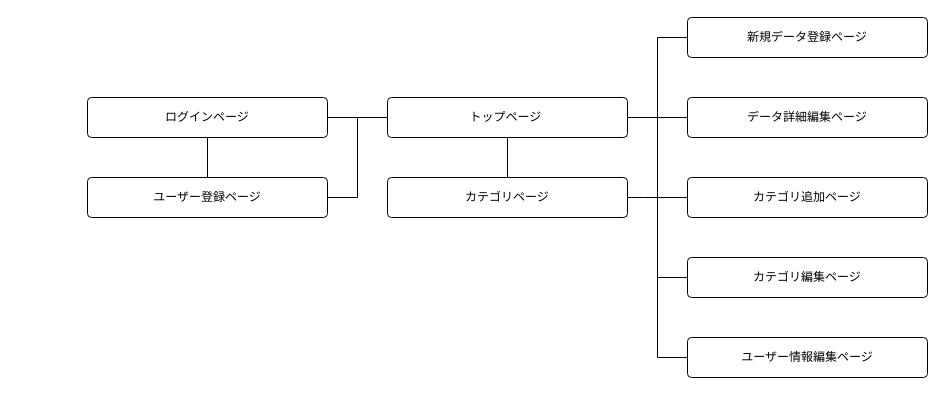
Earlier version of the draw.io diagram diagram.drawio (yoma2003/topic_stocker). Source tidied: cells renumbered, new cells numbered last; positions are measured from the earlier drawing's top-left corner, leaving out a move shared by most shapes. Both pictures are drawn from the tidied source at 100%, with x=0, y=0 at pixel (87, 17).
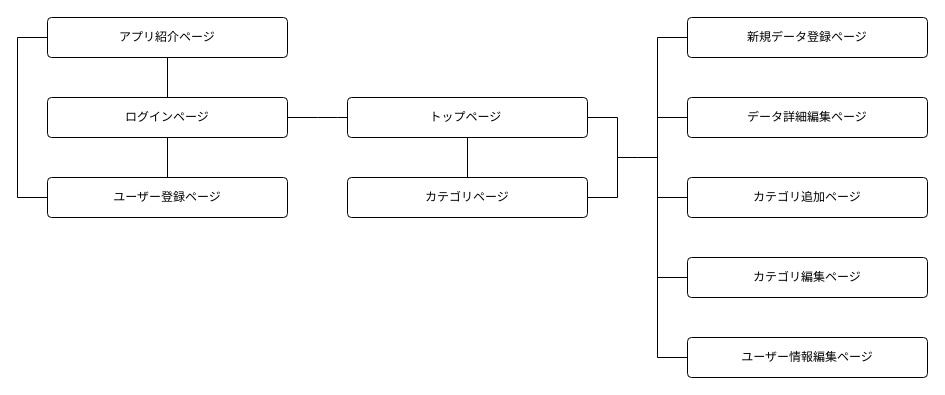
The same page after the edit.

Commit message:
画面遷移図の編集

The change refers to these unchanged cells:
```xml
<mxCell id="5" value="新規データ登録ページ" style="rounded=1;arcSize=10;whiteSpace=wrap;html=1;align=center;" parent="1" vertex="1">
  <mxGeometry x="600" width="240" height="40" as="geometry" />
</mxCell>
<mxCell id="7" value="データ詳細編集ページ" style="rounded=1;arcSize=10;whiteSpace=wrap;html=1;align=center;" parent="1" vertex="1">
  <mxGeometry x="600" y="80" width="240" height="40" as="geometry" />
</mxCell>
<mxCell id="9" value="カテゴリ追加ページ" style="rounded=1;arcSize=10;whiteSpace=wrap;html=1;align=center;" parent="1" vertex="1">
  <mxGeometry x="600" y="160" width="240" height="40" as="geometry" />
</mxCell>
<mxCell id="11" value="カテゴリ編集ページ" style="rounded=1;arcSize=10;whiteSpace=wrap;html=1;align=center;" parent="1" vertex="1">
  <mxGeometry x="600" y="240" width="240" height="40" as="geometry" />
</mxCell>
<mxCell id="18" value="ユーザー情報編集ページ" style="rounded=1;arcSize=10;whiteSpace=wrap;html=1;align=center;" parent="1" vertex="1">
  <mxGeometry x="600" y="320" width="240" height="40" as="geometry" />
</mxCell>
```

The edit, as a diff of the source:
```diff
@@
-    <mxCell id="2" style="edgeStyle=orthogonalEdgeStyle;rounded=0;jumpSize=6;html=1;exitX=1;exitY=0.5;exitDx=0;exitDy=0;entryX=0;entryY=0.5;entryDx=0;entryDy=0;endArrow=none;endFill=0;endSize=6;" parent="1" edge="1" source="4" target="5">
-      <mxGeometry relative="1" as="geometry" />
-    </mxCell>
@@
+    <mxCell id="21" style="edgeStyle=orthogonalEdgeStyle;html=1;exitX=1;exitY=0.5;exitDx=0;exitDy=0;endArrow=none;endFill=0;rounded=0;" parent="1" edge="1" source="4">
+      <mxGeometry relative="1" as="geometry">
+        <mxPoint x="550" y="140" as="targetPoint" />
+        <Array as="points">
+          <mxPoint x="530" y="100" />
+          <mxPoint x="530" y="140" />
+        </Array>
+      </mxGeometry>
+    </mxCell>
     <mxCell id="4" value="トップページ&amp;nbsp;" style="rounded=1;arcSize=10;whiteSpace=wrap;html=1;align=center;" parent="1" vertex="1">
-      <mxGeometry x="300" y="80" width="240" height="40" as="geometry" />
+      <mxGeometry x="260" y="80" width="240" height="40" as="geometry" />
     </mxCell>
+    <mxCell id="22" style="edgeStyle=orthogonalEdgeStyle;rounded=0;html=1;exitX=0;exitY=0.5;exitDx=0;exitDy=0;endArrow=none;endFill=0;" parent="1" edge="1">
+      <mxGeometry relative="1" as="geometry">
+        <mxPoint x="600" y="20" as="sourcePoint" />
+        <mxPoint x="552" y="140" as="targetPoint" />
+        <Array as="points">
+          <mxPoint x="570" y="20" />
+          <mxPoint x="570" y="140" />
+        </Array>
+      </mxGeometry>
+    </mxCell>
@@
-    <mxCell id="6" style="edgeStyle=orthogonalEdgeStyle;rounded=0;jumpSize=6;html=1;exitX=0;exitY=0.5;exitDx=0;exitDy=0;endArrow=none;endFill=0;endSize=6;" parent="1" edge="1" source="7">
-      <mxGeometry relative="1" as="geometry">
-        <mxPoint x="540" y="100" as="targetPoint" />
-      </mxGeometry>
-    </mxCell>
@@
-    <mxCell id="8" style="edgeStyle=orthogonalEdgeStyle;rounded=0;jumpSize=6;html=1;exitX=0;exitY=0.5;exitDx=0;exitDy=0;endArrow=none;endFill=0;endSize=6;" parent="1" edge="1" source="9">
-      <mxGeometry relative="1" as="geometry">
-        <mxPoint x="540" y="100" as="targetPoint" />
-        <Array as="points">
-          <mxPoint x="570" y="180" />
-          <mxPoint x="570" y="100" />
-        </Array>
-      </mxGeometry>
-    </mxCell>
@@
-    <mxCell id="10" style="edgeStyle=orthogonalEdgeStyle;rounded=0;jumpSize=6;html=1;exitX=0;exitY=0.5;exitDx=0;exitDy=0;endArrow=none;endFill=0;endSize=6;" parent="1" edge="1" source="11">
-      <mxGeometry relative="1" as="geometry">
-        <mxPoint x="540" y="100" as="targetPoint" />
-        <Array as="points">
-          <mxPoint x="570" y="260" />
-          <mxPoint x="570" y="100" />
-        </Array>
-      </mxGeometry>
-    </mxCell>
@@
     <mxCell id="13" value="ログインページ" style="rounded=1;arcSize=10;whiteSpace=wrap;html=1;align=center;" parent="1" vertex="1">
-      <mxGeometry y="80" width="240" height="40" as="geometry" />
+      <mxGeometry x="-40" y="80" width="240" height="40" as="geometry" />
     </mxCell>
     <mxCell id="14" style="edgeStyle=none;html=1;exitX=1;exitY=0.5;exitDx=0;exitDy=0;entryX=0;entryY=0.5;entryDx=0;entryDy=0;endArrow=none;endFill=0;" parent="1" edge="1" source="13" target="4">
       <mxGeometry relative="1" as="geometry">
         <Array as="points">
-          <mxPoint x="280" y="100" />
+          <mxPoint x="240" y="100" />
         </Array>
       </mxGeometry>
     </mxCell>
-    <mxCell id="15" style="edgeStyle=none;html=1;exitX=1;exitY=0.5;exitDx=0;exitDy=0;endArrow=none;endFill=0;jumpSize=6;endSize=6;rounded=0;" parent="1" edge="1" source="16">
-      <mxGeometry relative="1" as="geometry">
-        <mxPoint x="300" y="100" as="targetPoint" />
-        <Array as="points">
-          <mxPoint x="270" y="180" />
-          <mxPoint x="270" y="100" />
-        </Array>
-      </mxGeometry>
-    </mxCell>
     <mxCell id="16" value="ユーザー登録ページ" style="rounded=1;arcSize=10;whiteSpace=wrap;html=1;align=center;" parent="1" vertex="1">
-      <mxGeometry y="160" width="240" height="40" as="geometry" />
+      <mxGeometry x="-40" y="160" width="240" height="40" as="geometry" />
     </mxCell>
-    <mxCell id="17" style="edgeStyle=orthogonalEdgeStyle;rounded=0;jumpSize=6;html=1;exitX=0;exitY=0.5;exitDx=0;exitDy=0;entryX=1;entryY=0.5;entryDx=0;entryDy=0;endArrow=none;endFill=0;endSize=6;" parent="1" edge="1" source="18" target="4">
-      <mxGeometry relative="1" as="geometry" />
-    </mxCell>
@@
-    <mxCell id="19" style="edgeStyle=orthogonalEdgeStyle;rounded=0;jumpSize=6;html=1;exitX=1;exitY=0.5;exitDx=0;exitDy=0;endArrow=none;endFill=0;endSize=6;" parent="1" edge="1" source="20">
-      <mxGeometry relative="1" as="geometry">
-        <mxPoint x="570" y="180" as="targetPoint" />
-      </mxGeometry>
-    </mxCell>
     <mxCell id="20" value="カテゴリページ" style="rounded=1;arcSize=10;whiteSpace=wrap;html=1;align=center;" parent="1" vertex="1">
-      <mxGeometry x="300" y="160" width="240" height="40" as="geometry" />
+      <mxGeometry x="260" y="160" width="240" height="40" as="geometry" />
     </mxCell>
+    <mxCell id="23" style="edgeStyle=orthogonalEdgeStyle;rounded=0;html=1;exitX=0;exitY=0.5;exitDx=0;exitDy=0;endArrow=none;endFill=0;" parent="1" edge="1">
+      <mxGeometry relative="1" as="geometry">
+        <mxPoint x="600" y="100" as="sourcePoint" />
+        <mxPoint x="552" y="140" as="targetPoint" />
+        <Array as="points">
+          <mxPoint x="570" y="100" />
+          <mxPoint x="570" y="140" />
+        </Array>
+      </mxGeometry>
+    </mxCell>
+    <mxCell id="24" style="edgeStyle=orthogonalEdgeStyle;rounded=0;html=1;exitX=0;exitY=0.5;exitDx=0;exitDy=0;endArrow=none;endFill=0;" parent="1" edge="1">
+      <mxGeometry relative="1" as="geometry">
+        <mxPoint x="600" y="180" as="sourcePoint" />
+        <mxPoint x="552" y="140" as="targetPoint" />
+        <Array as="points">
+          <mxPoint x="570" y="180" />
+          <mxPoint x="570" y="140" />
+        </Array>
+      </mxGeometry>
+    </mxCell>
+    <mxCell id="25" style="edgeStyle=orthogonalEdgeStyle;rounded=0;html=1;exitX=0;exitY=0.5;exitDx=0;exitDy=0;endArrow=none;endFill=0;" parent="1" edge="1">
+      <mxGeometry relative="1" as="geometry">
+        <mxPoint x="600" y="260" as="sourcePoint" />
+        <mxPoint x="552" y="140" as="targetPoint" />
+        <Array as="points">
+          <mxPoint x="570" y="260" />
+          <mxPoint x="570" y="140" />
+        </Array>
+      </mxGeometry>
+    </mxCell>
+    <mxCell id="26" style="edgeStyle=orthogonalEdgeStyle;rounded=0;html=1;exitX=0;exitY=0.5;exitDx=0;exitDy=0;endArrow=none;endFill=0;" parent="1" edge="1">
+      <mxGeometry relative="1" as="geometry">
+        <mxPoint x="600" y="340" as="sourcePoint" />
+        <mxPoint x="550" y="140" as="targetPoint" />
+        <Array as="points">
+          <mxPoint x="570" y="340" />
+          <mxPoint x="570" y="140" />
+        </Array>
+      </mxGeometry>
+    </mxCell>
+    <mxCell id="27" style="edgeStyle=orthogonalEdgeStyle;rounded=0;html=1;exitX=1;exitY=0.5;exitDx=0;exitDy=0;endArrow=none;endFill=0;" parent="1" edge="1" source="20">
+      <mxGeometry relative="1" as="geometry">
+        <mxPoint x="550" y="140" as="targetPoint" />
+        <Array as="points">
+          <mxPoint x="530" y="180" />
+          <mxPoint x="530" y="140" />
+        </Array>
+      </mxGeometry>
+    </mxCell>
+    <mxCell id="28" style="edgeStyle=none;rounded=0;html=1;exitX=0.5;exitY=1;exitDx=0;exitDy=0;entryX=0.5;entryY=0;entryDx=0;entryDy=0;endArrow=none;endFill=0;" parent="1" edge="1" source="30" target="13">
+      <mxGeometry relative="1" as="geometry" />
+    </mxCell>
+    <mxCell id="29" style="edgeStyle=orthogonalEdgeStyle;rounded=0;html=1;exitX=0;exitY=0.5;exitDx=0;exitDy=0;endArrow=none;endFill=0;entryX=0;entryY=0.5;entryDx=0;entryDy=0;" parent="1" edge="1" source="30" target="16">
+      <mxGeometry relative="1" as="geometry">
+        <Array as="points">
+          <mxPoint x="-70" y="20" />
+          <mxPoint x="-70" y="180" />
+        </Array>
+      </mxGeometry>
+    </mxCell>
+    <mxCell id="30" value="アプリ紹介ページ" style="rounded=1;arcSize=10;whiteSpace=wrap;html=1;align=center;" parent="1" vertex="1">
+      <mxGeometry x="-40" width="240" height="40" as="geometry" />
+    </mxCell>
```
